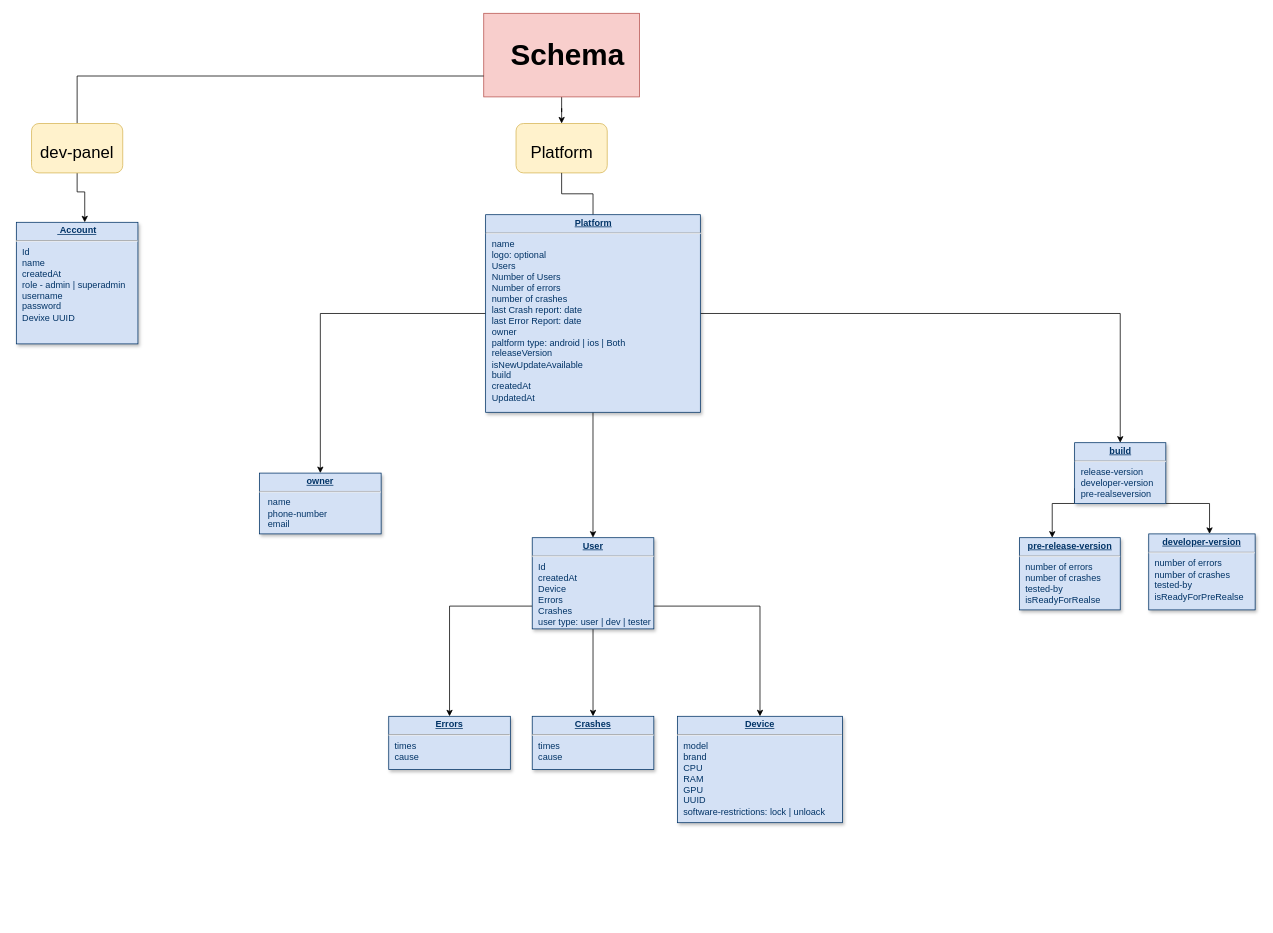
Above: flowchart/App-DB.drawio in ahmadsoran/dev-panel-backend (draw.io), before the change. Source tidied: cells renumbered, new cells numbered last; positions are measured from the earlier drawing's top-left corner, leaving out a move shared by most shapes. Both pictures are drawn from the tidied source at 76%, with x=0, y=0 at pixel (16, 13).
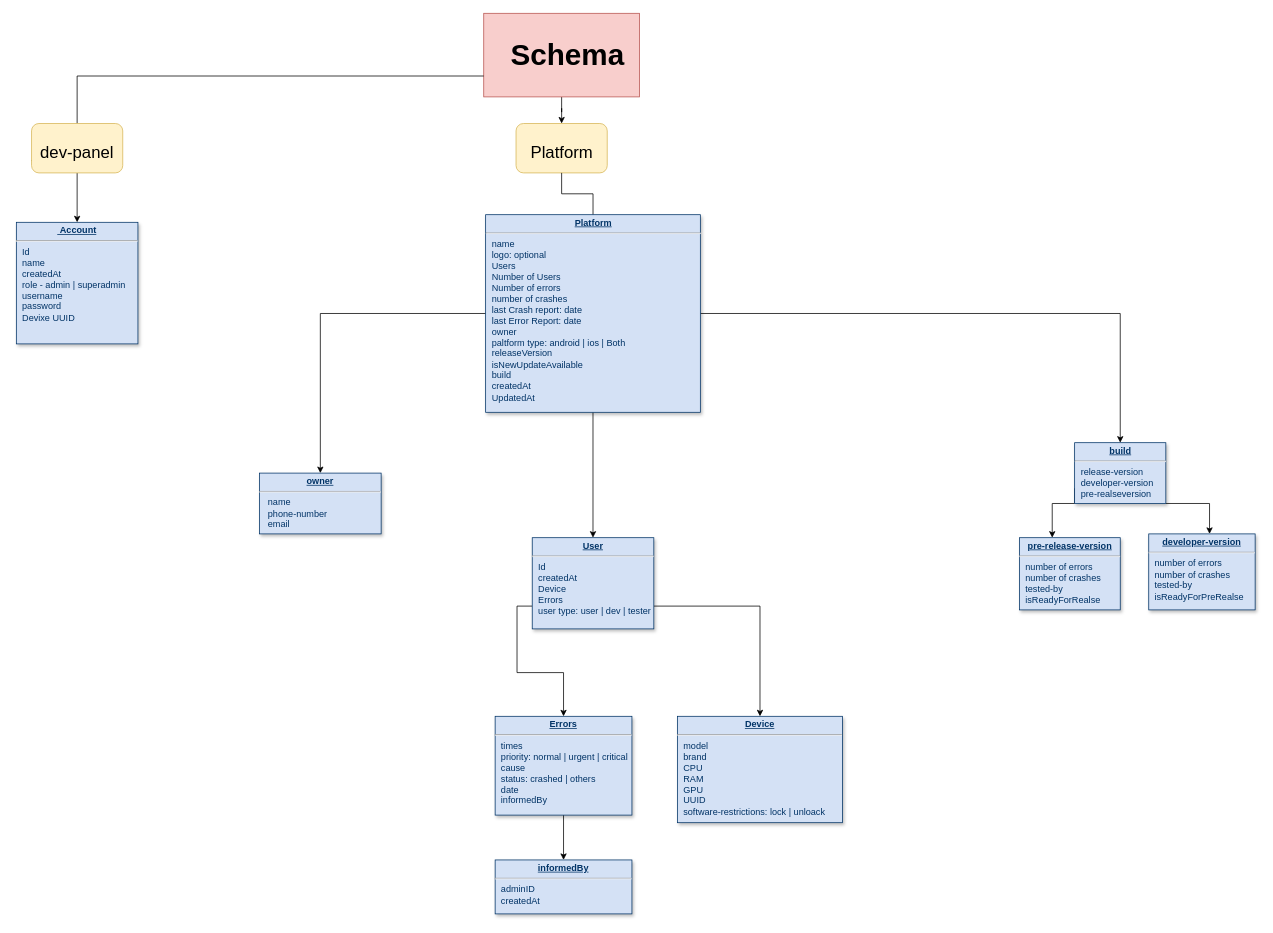
After the change.

Unchanged cells that the change refers to:
```xml
<mxCell id="2" value="&lt;p style=&quot;margin: 0px; margin-top: 4px; text-align: center; text-decoration: underline;&quot;&gt;&lt;b&gt;&amp;nbsp;Account&lt;/b&gt;&lt;/p&gt;&lt;hr&gt;&lt;p style=&quot;margin: 0px; margin-left: 8px;&quot;&gt;Id&lt;/p&gt;&lt;p style=&quot;margin: 0px; margin-left: 8px;&quot;&gt;name&lt;/p&gt;&lt;p style=&quot;margin: 0px; margin-left: 8px;&quot;&gt;createdAt&lt;/p&gt;&lt;p style=&quot;margin: 0px; margin-left: 8px;&quot;&gt;role - admin | superadmin&lt;/p&gt;&lt;p style=&quot;margin: 0px; margin-left: 8px;&quot;&gt;username&lt;/p&gt;&lt;p style=&quot;margin: 0px; margin-left: 8px;&quot;&gt;password&lt;/p&gt;&lt;p style=&quot;margin: 0px; margin-left: 8px;&quot;&gt;Devixe UUID&lt;/p&gt;" style="verticalAlign=top;align=left;overflow=fill;fontSize=12;fontFamily=Helvetica;html=1;strokeColor=#003366;shadow=1;fillColor=#D4E1F5;fontColor=#003366;" parent="1" vertex="1">
  <mxGeometry y="275" width="160" height="160" as="geometry" />
</mxCell>
<mxCell id="13" value="&lt;font style=&quot;font-size: 22px;&quot;&gt;dev-panel&lt;/font&gt;" style="rounded=1;whiteSpace=wrap;html=1;fontSize=39;fillColor=#fff2cc;strokeColor=#d6b656;" parent="1" vertex="1">
  <mxGeometry x="20" y="145" width="120" height="65" as="geometry" />
</mxCell>
```

What changed in the source:
```diff
@@
     <mxCell id="3" style="edgeStyle=orthogonalEdgeStyle;rounded=0;jettySize=auto;html=1;exitX=0;exitY=0.75;exitDx=0;exitDy=0;fontSize=39;startArrow=none;" parent="1" edge="1" source="13" target="2">
       <mxGeometry relative="1" as="geometry">
         <Array as="points">
+          <mxPoint x="30" y="194" />
           <mxPoint x="30" y="195" />
           <mxPoint x="80" y="195" />
-          <mxPoint x="80" y="235" />
-          <mxPoint x="90" y="235" />
         </Array>
       </mxGeometry>
     </mxCell>
@@
-    <mxCell id="8" style="edgeStyle=orthogonalEdgeStyle;rounded=0;jettySize=auto;html=1;fontSize=22;" parent="1" edge="1" source="11" target="16">
-      <mxGeometry relative="1" as="geometry" />
-    </mxCell>
@@
-    <mxCell id="11" value="&lt;p style=&quot;margin: 0px; margin-top: 4px; text-align: center; text-decoration: underline;&quot;&gt;&lt;b&gt;User&lt;/b&gt;&lt;/p&gt;&lt;hr&gt;&lt;p style=&quot;margin: 0px; margin-left: 8px;&quot;&gt;Id&lt;/p&gt;&lt;p style=&quot;margin: 0px; margin-left: 8px;&quot;&gt;&lt;span style=&quot;background-color: initial;&quot;&gt;createdAt&lt;/span&gt;&lt;br&gt;&lt;/p&gt;&lt;p style=&quot;margin: 0px; margin-left: 8px;&quot;&gt;Device&lt;/p&gt;&lt;p style=&quot;margin: 0px; margin-left: 8px;&quot;&gt;Errors&lt;/p&gt;&lt;p style=&quot;margin: 0px; margin-left: 8px;&quot;&gt;Crashes&lt;/p&gt;&lt;p style=&quot;margin: 0px; margin-left: 8px;&quot;&gt;user type: user | dev | tester&lt;/p&gt;&lt;p style=&quot;margin: 0px; margin-left: 8px;&quot;&gt;&lt;br&gt;&lt;/p&gt;&lt;p style=&quot;margin: 0px; margin-left: 8px;&quot;&gt;&lt;br&gt;&lt;/p&gt;&lt;p style=&quot;margin: 0px; margin-left: 8px;&quot;&gt;&amp;nbsp;&lt;/p&gt;" style="verticalAlign=top;align=left;overflow=fill;fontSize=12;fontFamily=Helvetica;html=1;strokeColor=#003366;shadow=1;fillColor=#D4E1F5;fontColor=#003366;" parent="1" vertex="1">
+    <mxCell id="11" value="&lt;p style=&quot;margin: 0px; margin-top: 4px; text-align: center; text-decoration: underline;&quot;&gt;&lt;b&gt;User&lt;/b&gt;&lt;/p&gt;&lt;hr&gt;&lt;p style=&quot;margin: 0px; margin-left: 8px;&quot;&gt;Id&lt;/p&gt;&lt;p style=&quot;margin: 0px; margin-left: 8px;&quot;&gt;&lt;span style=&quot;background-color: initial;&quot;&gt;createdAt&lt;/span&gt;&lt;br&gt;&lt;/p&gt;&lt;p style=&quot;margin: 0px; margin-left: 8px;&quot;&gt;Device&lt;/p&gt;&lt;p style=&quot;margin: 0px; margin-left: 8px;&quot;&gt;Errors&lt;/p&gt;&lt;p style=&quot;margin: 0px; margin-left: 8px;&quot;&gt;user type: user | dev | tester&lt;/p&gt;&lt;p style=&quot;margin: 0px; margin-left: 8px;&quot;&gt;&lt;br&gt;&lt;/p&gt;&lt;p style=&quot;margin: 0px; margin-left: 8px;&quot;&gt;&lt;br&gt;&lt;/p&gt;&lt;p style=&quot;margin: 0px; margin-left: 8px;&quot;&gt;&amp;nbsp;&lt;/p&gt;" style="verticalAlign=top;align=left;overflow=fill;fontSize=12;fontFamily=Helvetica;html=1;strokeColor=#003366;shadow=1;fillColor=#D4E1F5;fontColor=#003366;" parent="1" vertex="1">
       <mxGeometry x="678.8" y="690" width="160" height="120" as="geometry" />
     </mxCell>
@@
+    <mxCell id="28" style="edgeStyle=orthogonalEdgeStyle;rounded=0;jettySize=auto;html=1;" parent="1" edge="1" source="15" target="29">
+      <mxGeometry relative="1" as="geometry" />
+    </mxCell>
-    <mxCell id="15" value="&lt;p style=&quot;margin: 0px; margin-top: 4px; text-align: center; text-decoration: underline;&quot;&gt;&lt;b&gt;Errors&lt;/b&gt;&lt;/p&gt;&lt;hr&gt;&lt;p style=&quot;margin: 0px; margin-left: 8px;&quot;&gt;times&lt;/p&gt;&lt;p style=&quot;margin: 0px; margin-left: 8px;&quot;&gt;cause&lt;/p&gt;&lt;p style=&quot;margin: 0px; margin-left: 8px;&quot;&gt;&lt;br&gt;&lt;/p&gt;&lt;p style=&quot;margin: 0px; margin-left: 8px;&quot;&gt;&amp;nbsp;&lt;/p&gt;" style="verticalAlign=top;align=left;overflow=fill;fontSize=12;fontFamily=Helvetica;html=1;strokeColor=#003366;shadow=1;fillColor=#D4E1F5;fontColor=#003366;" parent="1" vertex="1">
-      <mxGeometry x="490" y="925" width="160" height="70" as="geometry" />
+    <mxCell id="15" value="&lt;p style=&quot;margin: 0px; margin-top: 4px; text-align: center; text-decoration: underline;&quot;&gt;&lt;b&gt;Errors&lt;/b&gt;&lt;/p&gt;&lt;hr&gt;&lt;p style=&quot;margin: 0px; margin-left: 8px;&quot;&gt;times&lt;/p&gt;&lt;p style=&quot;margin: 0px; margin-left: 8px;&quot;&gt;priority: normal | urgent | critical&lt;br&gt;&lt;/p&gt;&lt;p style=&quot;margin: 0px; margin-left: 8px;&quot;&gt;cause&lt;/p&gt;&lt;p style=&quot;margin: 0px; margin-left: 8px;&quot;&gt;status: crashed | others&lt;/p&gt;&lt;p style=&quot;margin: 0px; margin-left: 8px;&quot;&gt;date&lt;/p&gt;&lt;p style=&quot;margin: 0px; margin-left: 8px;&quot;&gt;informedBy&lt;/p&gt;" style="verticalAlign=top;align=left;overflow=fill;fontSize=12;fontFamily=Helvetica;html=1;strokeColor=#003366;shadow=1;fillColor=#D4E1F5;fontColor=#003366;" parent="1" vertex="1">
+      <mxGeometry x="630" y="925" width="180" height="130" as="geometry" />
     </mxCell>
-    <mxCell id="16" value="&lt;p style=&quot;margin: 0px; margin-top: 4px; text-align: center; text-decoration: underline;&quot;&gt;&lt;b&gt;Crashes&lt;/b&gt;&lt;/p&gt;&lt;hr&gt;&lt;p style=&quot;margin: 0px; margin-left: 8px;&quot;&gt;times&lt;/p&gt;&lt;p style=&quot;margin: 0px; margin-left: 8px;&quot;&gt;cause&lt;/p&gt;&lt;p style=&quot;margin: 0px; margin-left: 8px;&quot;&gt;&amp;nbsp;&lt;/p&gt;" style="verticalAlign=top;align=left;overflow=fill;fontSize=12;fontFamily=Helvetica;html=1;strokeColor=#003366;shadow=1;fillColor=#D4E1F5;fontColor=#003366;" parent="1" vertex="1">
-      <mxGeometry x="678.8" y="925" width="160" height="70" as="geometry" />
-    </mxCell>
@@
+    <mxCell id="29" value="&lt;p style=&quot;margin: 0px; margin-top: 4px; text-align: center; text-decoration: underline;&quot;&gt;&lt;b&gt;informedBy&lt;/b&gt;&lt;/p&gt;&lt;hr&gt;&lt;p style=&quot;margin: 0px; margin-left: 8px;&quot;&gt;adminID&lt;/p&gt;&lt;p style=&quot;margin: 0px; margin-left: 8px;&quot;&gt;createdAt&lt;/p&gt;&lt;p style=&quot;margin: 0px; margin-left: 8px;&quot;&gt;&lt;br&gt;&lt;/p&gt;" style="verticalAlign=top;align=left;overflow=fill;fontSize=12;fontFamily=Helvetica;html=1;strokeColor=#003366;shadow=1;fillColor=#D4E1F5;fontColor=#003366;" parent="1" vertex="1">
+      <mxGeometry x="630" y="1114" width="180" height="71" as="geometry" />
+    </mxCell>
```
